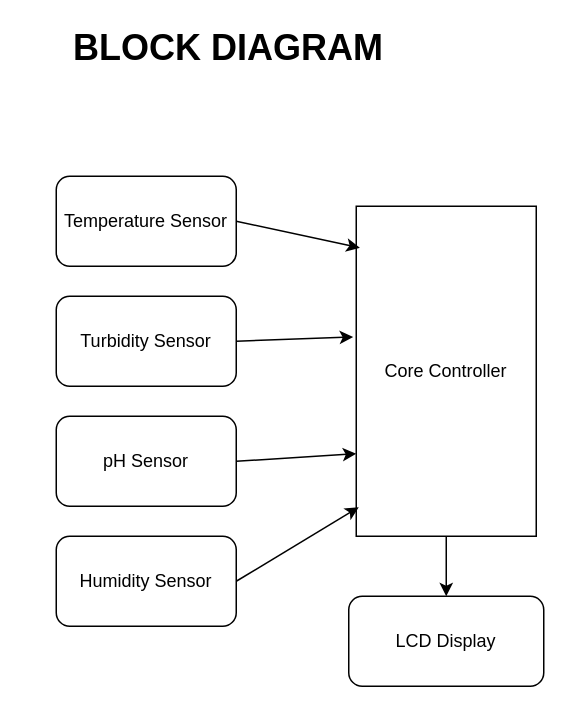
This is Aquaminder Diagram.drawio from anumathew-25/anumathew-25, a draw.io file, before an edit. Source tidied: cells renumbered, new cells numbered last; positions are measured from the earlier drawing's top-left corner, leaving out a move shared by most shapes. Both pictures are drawn from the tidied source at 150%, with x=0, y=0 at pixel (26, 26).
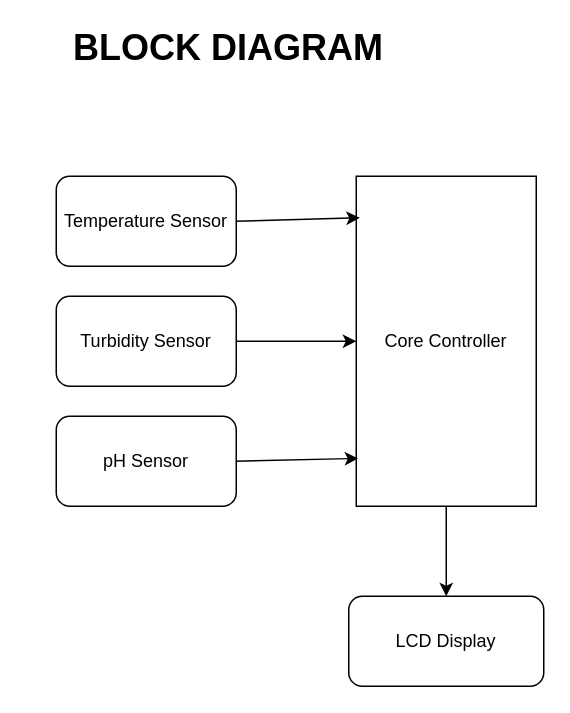
Above is the later version.

The edit, as a diff of the source:
```diff
@@
 <mxGraphModel>
   <root>
     <mxCell id="0" />
     <mxCell id="1" parent="0" />
     <mxCell id="2" value="Temperature Sensor" style="rounded=1;whiteSpace=wrap;html=1;" parent="1" vertex="1">
       <mxGeometry x="20" y="100" width="120" height="60" as="geometry" />
     </mxCell>
     <mxCell id="3" value="Turbidity Sensor" style="rounded=1;whiteSpace=wrap;html=1;" parent="1" vertex="1">
       <mxGeometry x="20" y="180" width="120" height="60" as="geometry" />
     </mxCell>
     <mxCell id="4" value="pH Sensor" style="rounded=1;whiteSpace=wrap;html=1;" parent="1" vertex="1">
       <mxGeometry x="20" y="260" width="120" height="60" as="geometry" />
     </mxCell>
-    <mxCell id="5" value="Humidity Sensor" style="rounded=1;whiteSpace=wrap;html=1;" parent="1" vertex="1">
-      <mxGeometry x="20" y="340" width="120" height="60" as="geometry" />
-    </mxCell>
     <mxCell id="6" value="LCD Display" style="rounded=1;whiteSpace=wrap;html=1;" parent="1" vertex="1">
       <mxGeometry x="215" y="380" width="130" height="60" as="geometry" />
     </mxCell>
     <mxCell id="7" style="edgeStyle=orthogonalEdgeStyle;rounded=0;jettySize=auto;html=1;exitX=0.5;exitY=1;exitDx=0;exitDy=0;entryX=0.5;entryY=0;entryDx=0;entryDy=0;" parent="1" edge="1" source="8" target="6">
       <mxGeometry relative="1" as="geometry" />
     </mxCell>
     <mxCell id="8" value="Core Controller" style="rounded=0;whiteSpace=wrap;html=1;" parent="1" vertex="1">
-      <mxGeometry x="220" y="120" width="120" height="220" as="geometry" />
+      <mxGeometry x="220" y="100" width="120" height="220" as="geometry" />
     </mxCell>
-    <mxCell id="9" style="endArrow=classic;html=1;rounded=0;entryX=0.014;entryY=0.912;entryDx=0;entryDy=0;entryPerimeter=0;" parent="1" edge="1" target="8">
-      <mxGeometry relative="1" as="geometry">
-        <mxPoint x="140" y="370" as="sourcePoint" />
-      </mxGeometry>
-    </mxCell>
-    <mxCell id="10" style="endArrow=classic;html=1;rounded=0;entryX=0;entryY=0.75;entryDx=0;entryDy=0;exitX=1;exitY=0.5;exitDx=0;exitDy=0;" parent="1" edge="1" source="4" target="8">
+    <mxCell id="10" style="endArrow=classic;html=1;rounded=0;entryX=0.011;entryY=0.855;entryDx=0;entryDy=0;exitX=1;exitY=0.5;exitDx=0;exitDy=0;entryPerimeter=0;" parent="1" edge="1" source="4" target="8">
       <mxGeometry relative="1" as="geometry" />
     </mxCell>
     <mxCell id="11" style="endArrow=classic;html=1;rounded=0;entryX=0.02;entryY=0.126;entryDx=0;entryDy=0;entryPerimeter=0;exitX=1;exitY=0.5;exitDx=0;exitDy=0;" parent="1" edge="1" source="2" target="8">
       <mxGeometry relative="1" as="geometry" />
     </mxCell>
-    <mxCell id="12" style="endArrow=classic;html=1;rounded=0;entryX=-0.017;entryY=0.396;entryDx=0;entryDy=0;entryPerimeter=0;exitX=1;exitY=0.5;exitDx=0;exitDy=0;" parent="1" edge="1" source="3" target="8">
+    <mxCell id="12" style="endArrow=classic;html=1;rounded=0;entryX=0;entryY=0.5;entryDx=0;entryDy=0;exitX=1;exitY=0.5;exitDx=0;exitDy=0;" parent="1" edge="1" source="3" target="8">
       <mxGeometry relative="1" as="geometry" />
     </mxCell>
     <mxCell id="13" value="&lt;b&gt;&lt;font style=&quot;font-size: 24px;&quot;&gt;BLOCK DIAGRAM&lt;/font&gt;&lt;/b&gt;" style="text;html=1;strokeColor=none;fillColor=none;align=center;verticalAlign=middle;whiteSpace=wrap;rounded=0;" parent="1" vertex="1">
       <mxGeometry width="270" height="30" as="geometry" />
     </mxCell>
   </root>
 </mxGraphModel>
```
